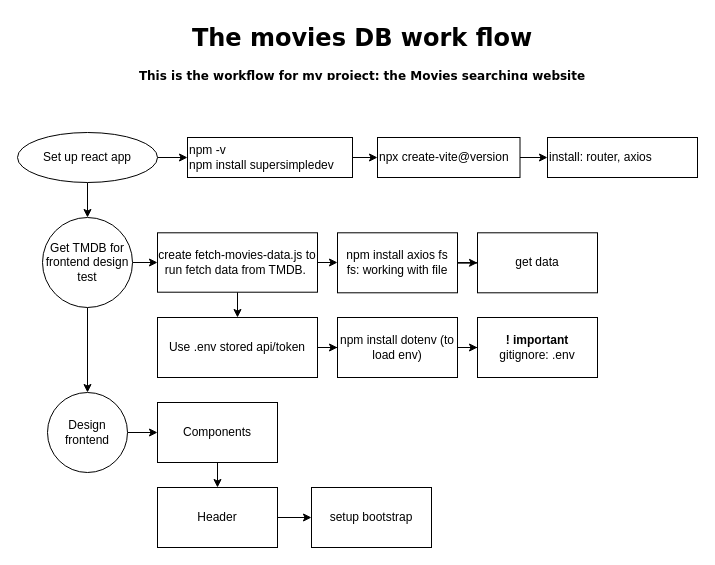
The draw.io diagram workflow.drawio in kietworkspaceoffice-cell/Movie-searching-web, before the edit. Source tidied: cells renumbered, new cells numbered last; positions are measured from the earlier drawing's top-left corner, leaving out a move shared by most shapes. Both pictures are drawn from the tidied source at 100%, with x=0, y=0 at pixel (17, 17).
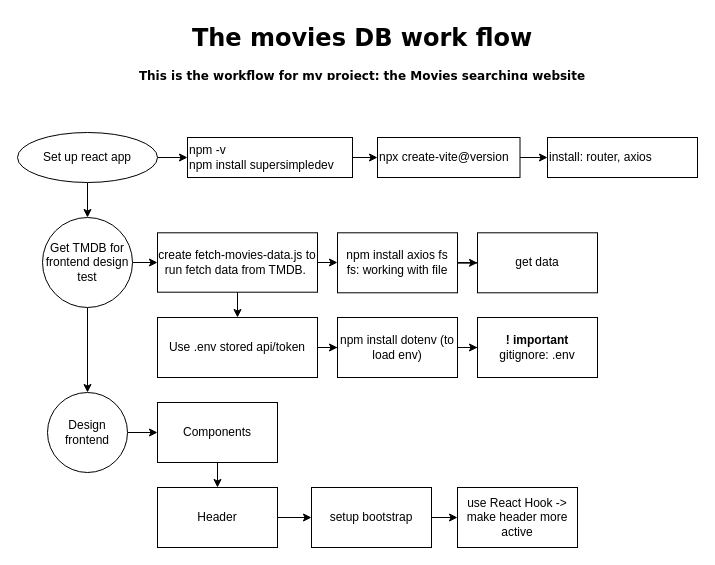
After the change.

Commit message:
Cập nhật workflow.drawio

Unchanged cells that the change refers to:
```xml
<mxCell id="31" value="setup bootstrap" style="whiteSpace=wrap;html=1;" parent="1" vertex="1">
  <mxGeometry x="294" y="470" width="120" height="60" as="geometry" />
</mxCell>
```

The edit, as a diff of the source:
```diff
@@
+    <mxCell id="32" style="edgeStyle=orthogonalEdgeStyle;rounded=0;jettySize=auto;html=1;" parent="1" edge="1" source="31" target="33">
+      <mxGeometry relative="1" as="geometry" />
+    </mxCell>
@@
+    <mxCell id="33" value="use React Hook -&amp;gt; make header more active" style="whiteSpace=wrap;html=1;" parent="1" vertex="1">
+      <mxGeometry x="440" y="470" width="120" height="60" as="geometry" />
+    </mxCell>
```
